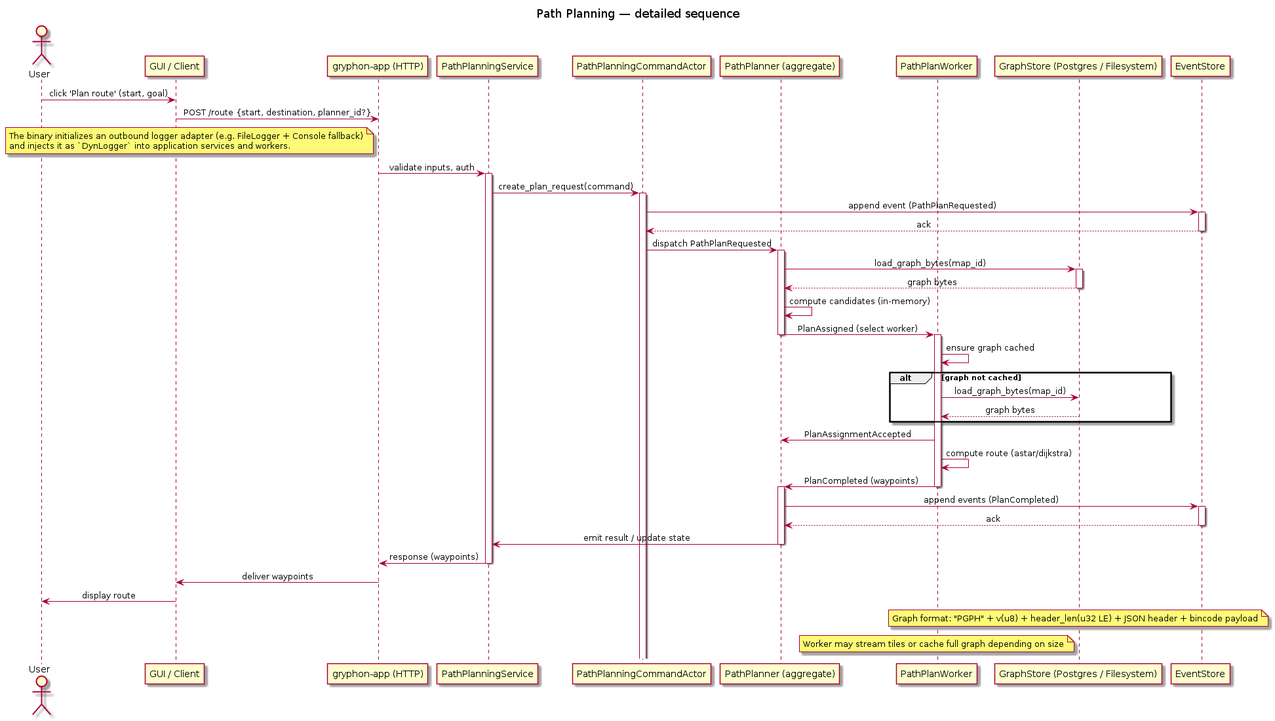
Before: docs/diagrams/path_planning_sequence_detailed.png, a diagram exported from PlantUML (eikeschumann971/gryphon-app). Its source is kept beside it as docs/diagrams/path_planning_sequence_detailed.puml.
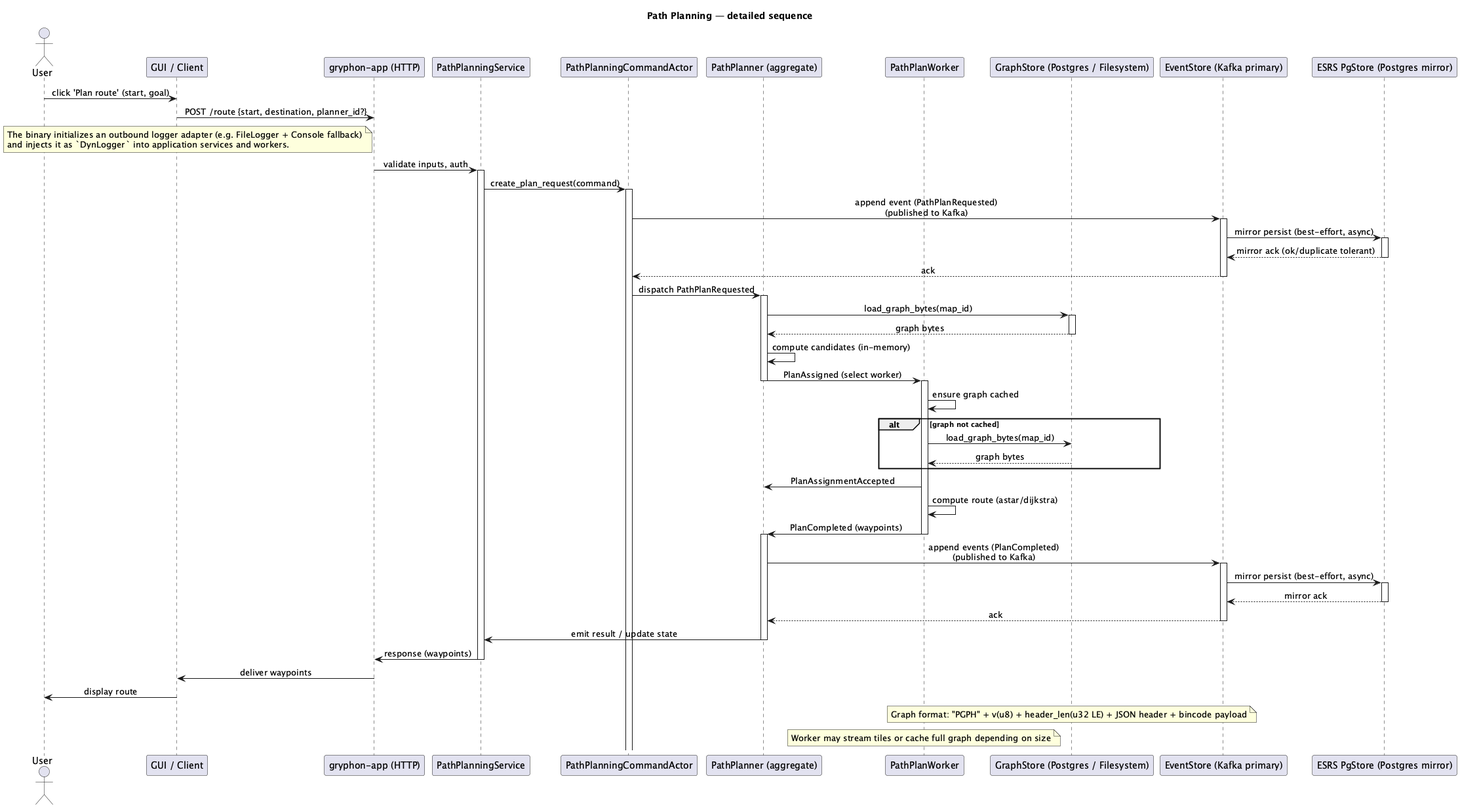
The same diagram one commit later.

Change to the diagram source:
```diff
@@ -9,7 +9,8 @@
 participant Planner as "PathPlanner (aggregate)"
 participant Worker as "PathPlanWorker"
 participant GraphStore as "GraphStore (Postgres / Filesystem)"
-participant EventStore as "EventStore"
+participant EventStore as "EventStore (Kafka primary)"
+participant EsrsStore as "ESRS PgStore (Postgres mirror)"
 
 User -> GUI: click 'Plan route' (start, goal)
 GUI -> API: POST /route {start, destination, planner_id?}
@@ -21,8 +22,12 @@
 activate Service
 Service -> CommandActor: create_plan_request(command)
 activate CommandActor
-CommandActor -> EventStore: append event (PathPlanRequested)
+CommandActor -> EventStore: append event (PathPlanRequested)\n(published to Kafka)
 activate EventStore
+EventStore -> EsrsStore: mirror persist (best-effort, async)
+activate EsrsStore
+EsrsStore --> EventStore: mirror ack (ok/duplicate tolerant)
+deactivate EsrsStore
 EventStore --> CommandActor: ack
 deactivate EventStore
 
@@ -48,8 +53,12 @@
 deactivate Worker
 
 activate Planner
-Planner -> EventStore: append events (PlanCompleted)
+Planner -> EventStore: append events (PlanCompleted)\n(published to Kafka)
 activate EventStore
+EventStore -> EsrsStore: mirror persist (best-effort, async)
+activate EsrsStore
+EsrsStore --> EventStore: mirror ack
+deactivate EsrsStore
 EventStore --> Planner: ack
 deactivate EventStore
 Planner -> Service: emit result / update state
```
